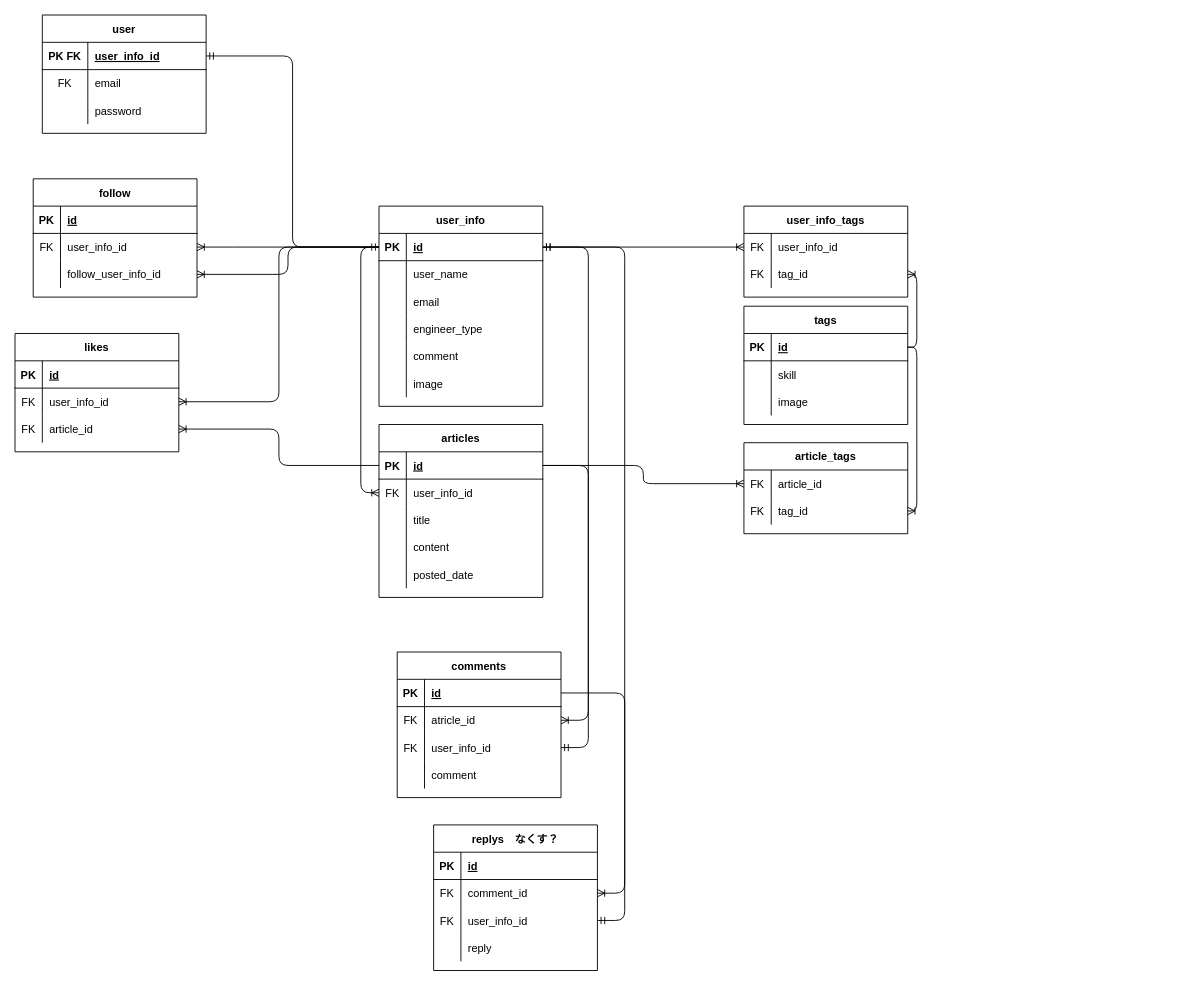
The draw.io diagram Designs/ER図.drawio in yusuke-rakus/Qiish, before the edit. Source tidied: cells renumbered, new cells numbered last; positions are measured from the earlier drawing's top-left corner, leaving out a move shared by most shapes. Both pictures are drawn from the tidied source at 91%, with x=0, y=0 at pixel (15, 15).
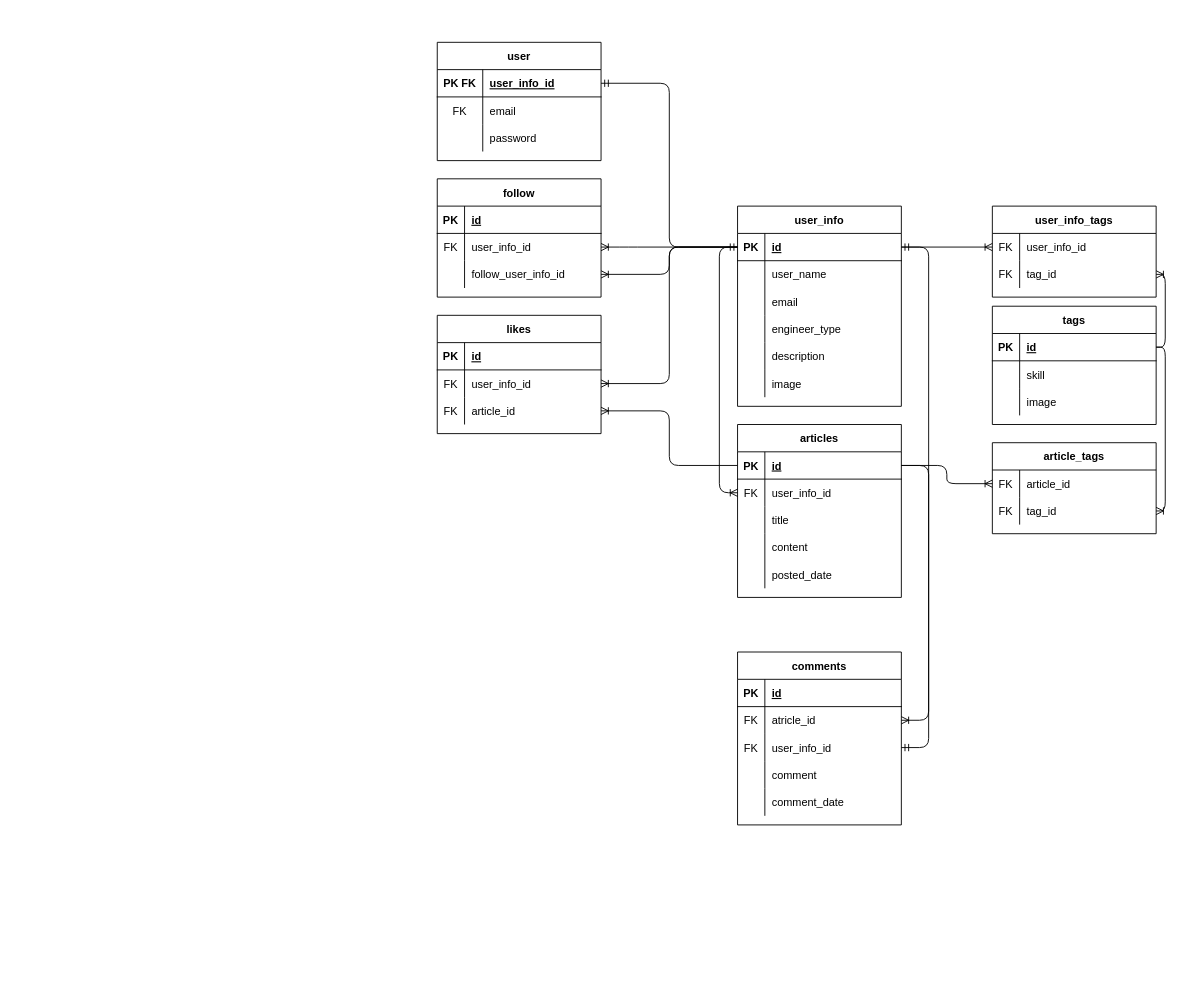
Above is the later version.

Unchanged cells that the change refers to:
```xml
<mxCell id="3" style="shape=partialRectangle;fillColor=none;top=0;left=0;bottom=1;right=0;points=[[0,0.5],[1,0.5]];portConstraint=eastwest;" parent="2" vertex="1">
  <mxGeometry y="30" width="180" height="30" as="geometry" />
</mxCell>
<mxCell id="15" style="shape=partialRectangle;fillColor=none;top=0;left=0;bottom=0;right=0;" parent="2" vertex="1">
  <mxGeometry y="150" width="180" height="30" as="geometry" />
</mxCell>
<mxCell id="55" style="shape=partialRectangle;fillColor=none;top=0;left=0;bottom=0;right=0;points=[[0,0.5],[1,0.5]];portConstraint=eastwest;" parent="51" vertex="1">
  <mxGeometry y="60" width="180" height="30" as="geometry" />
</mxCell>
<mxCell id="102" style="shape=partialRectangle;fillColor=none;top=0;left=0;bottom=1;right=0;points=[[0,0.5],[1,0.5]];portConstraint=eastwest;" parent="101" vertex="1">
  <mxGeometry y="30" width="180" height="30" as="geometry" />
</mxCell>
```

Change to the diagram source:
```diff
@@
     <mxCell id="2" value="user_info" style="shape=table;startSize=30;childLayout=tableLayout;rowLines=0;fontStyle=1;align=center;" parent="1" vertex="1">
-      <mxGeometry x="400" y="210" width="180" height="220" as="geometry" />
+      <mxGeometry x="794" y="210" width="180" height="220" as="geometry" />
     </mxCell>
@@
-    <mxCell id="17" value="comment" style="shape=partialRectangle;fillColor=none;top=0;left=0;bottom=0;right=0;align=left;spacingLeft=6;overflow=hidden;" parent="15" vertex="1">
+    <mxCell id="17" value="description" style="shape=partialRectangle;fillColor=none;top=0;left=0;bottom=0;right=0;align=left;spacingLeft=6;overflow=hidden;" parent="15" vertex="1">
       <mxGeometry x="30" width="150" height="30" as="geometry" />
     </mxCell>
@@
     <mxCell id="21" value="user" style="shape=table;startSize=30;childLayout=tableLayout;rowLines=0;fontStyle=1;align=center;" parent="1" vertex="1">
-      <mxGeometry x="30" width="180" height="130" as="geometry" />
+      <mxGeometry x="464" y="30" width="180" height="130" as="geometry" />
     </mxCell>
@@
     <mxCell id="31" value="follow" style="shape=table;startSize=30;childLayout=tableLayout;rowLines=0;fontStyle=1;align=center;" parent="1" vertex="1">
-      <mxGeometry x="20" y="180" width="180" height="130" as="geometry" />
+      <mxGeometry x="464" y="180" width="180" height="130" as="geometry" />
     </mxCell>
@@
     <mxCell id="41" value="likes" style="shape=table;startSize=30;childLayout=tableLayout;rowLines=0;fontStyle=1;align=center;" parent="1" vertex="1">
-      <mxGeometry y="350" width="180" height="130" as="geometry" />
+      <mxGeometry x="464" y="330" width="180" height="130" as="geometry" />
     </mxCell>
@@
     <mxCell id="51" value="articles" style="shape=table;startSize=30;childLayout=tableLayout;rowLines=0;fontStyle=1;align=center;" parent="1" vertex="1">
-      <mxGeometry x="400" y="450" width="180" height="190" as="geometry" />
+      <mxGeometry x="794" y="450" width="180" height="190" as="geometry" />
     </mxCell>
@@
     <mxCell id="67" value="tags" style="shape=table;startSize=30;childLayout=tableLayout;rowLines=0;fontStyle=1;align=center;" parent="1" vertex="1">
-      <mxGeometry x="801" y="320" width="180" height="130" as="geometry" />
+      <mxGeometry x="1074" y="320" width="180" height="130" as="geometry" />
     </mxCell>
@@
     <mxCell id="77" value="user_info_tags" style="shape=table;startSize=30;childLayout=tableLayout;rowLines=0;fontStyle=1;align=center;" parent="1" vertex="1">
-      <mxGeometry x="801" y="210" width="180" height="100" as="geometry" />
+      <mxGeometry x="1074" y="210" width="180" height="100" as="geometry" />
     </mxCell>
@@
     <mxCell id="84" value="article_tags" style="shape=table;startSize=30;childLayout=tableLayout;rowLines=0;fontStyle=1;align=center;" parent="1" vertex="1">
-      <mxGeometry x="801" y="470" width="180" height="100" as="geometry" />
+      <mxGeometry x="1074" y="470" width="180" height="100" as="geometry" />
     </mxCell>
@@
     <mxCell id="97" style="edgeStyle=orthogonalEdgeStyle;fontSize=12;html=1;endArrow=ERoneToMany;exitX=0;exitY=0.5;exitDx=0;exitDy=0;entryX=0;entryY=0.5;entryDx=0;entryDy=0;" parent="1" edge="1" source="3" target="55">
       <mxGeometry relative="1" as="geometry">
         <Array as="points">
-          <mxPoint x="380" y="255" />
-          <mxPoint x="380" y="525" />
+          <mxPoint x="774" y="255" />
+          <mxPoint x="774" y="525" />
         </Array>
       </mxGeometry>
     </mxCell>
@@
     <mxCell id="101" value="comments" style="shape=table;startSize=30;childLayout=tableLayout;rowLines=0;fontStyle=1;align=center;" parent="1" vertex="1">
-      <mxGeometry x="420" y="700" width="180" height="160" as="geometry" />
+      <mxGeometry x="794" y="700" width="180" height="190" as="geometry" />
     </mxCell>
@@
-    <mxCell id="114" value="replys　なくす？" style="shape=table;startSize=30;childLayout=tableLayout;rowLines=0;fontStyle=1;align=center;" parent="1" vertex="1">
-      <mxGeometry x="460" y="890" width="180" height="160" as="geometry" />
-    </mxCell>
-    <mxCell id="115" style="shape=partialRectangle;fillColor=none;top=0;left=0;bottom=1;right=0;" parent="114" vertex="1">
-      <mxGeometry y="30" width="180" height="30" as="geometry" />
-    </mxCell>
-    <mxCell id="116" value="PK" style="shape=partialRectangle;fillColor=none;top=0;left=0;bottom=0;right=0;fontStyle=1;overflow=hidden;" parent="115" vertex="1">
-      <mxGeometry width="30" height="30" as="geometry" />
-    </mxCell>
-    <mxCell id="117" value="id" style="shape=partialRectangle;fillColor=none;top=0;left=0;bottom=0;right=0;align=left;spacingLeft=6;fontStyle=5;overflow=hidden;" parent="115" vertex="1">
-      <mxGeometry x="30" width="150" height="30" as="geometry" />
-    </mxCell>
-    <mxCell id="118" style="shape=partialRectangle;fillColor=none;top=0;left=0;bottom=0;right=0;points=[[0,0.5],[1,0.5]];portConstraint=eastwest;" parent="114" vertex="1">
-      <mxGeometry y="60" width="180" height="30" as="geometry" />
-    </mxCell>
-    <mxCell id="119" value="FK" style="shape=partialRectangle;fillColor=none;top=0;left=0;bottom=0;right=0;overflow=hidden;" parent="118" vertex="1">
-      <mxGeometry width="30" height="30" as="geometry" />
-    </mxCell>
-    <mxCell id="120" value="comment_id" style="shape=partialRectangle;fillColor=none;top=0;left=0;bottom=0;right=0;align=left;spacingLeft=6;overflow=hidden;" parent="118" vertex="1">
-      <mxGeometry x="30" width="150" height="30" as="geometry" />
-    </mxCell>
-    <mxCell id="121" style="shape=partialRectangle;fillColor=none;top=0;left=0;bottom=0;right=0;points=[[0,0.5],[1,0.5]];portConstraint=eastwest;" parent="114" vertex="1">
-      <mxGeometry y="90" width="180" height="30" as="geometry" />
-    </mxCell>
-    <mxCell id="122" value="FK" style="shape=partialRectangle;fillColor=none;top=0;left=0;bottom=0;right=0;overflow=hidden;" parent="121" vertex="1">
-      <mxGeometry width="30" height="30" as="geometry" />
-    </mxCell>
-    <mxCell id="123" value="user_info_id" style="shape=partialRectangle;fillColor=none;top=0;left=0;bottom=0;right=0;align=left;spacingLeft=6;overflow=hidden;" parent="121" vertex="1">
-      <mxGeometry x="30" width="150" height="30" as="geometry" />
-    </mxCell>
-    <mxCell id="124" style="shape=partialRectangle;fillColor=none;top=0;left=0;bottom=0;right=0;" parent="114" vertex="1">
-      <mxGeometry y="120" width="180" height="30" as="geometry" />
-    </mxCell>
+    <mxCell id="131" style="shape=partialRectangle;fillColor=none;top=0;left=0;bottom=0;right=0;" parent="101" vertex="1">
+      <mxGeometry y="150" width="180" height="30" as="geometry" />
+    </mxCell>
-    <mxCell id="125" style="shape=partialRectangle;fillColor=none;top=0;left=0;bottom=0;right=0;overflow=hidden;" parent="124" vertex="1">
+    <mxCell id="125" style="shape=partialRectangle;fillColor=none;top=0;left=0;bottom=0;right=0;overflow=hidden;" parent="131" vertex="1">
       <mxGeometry width="30" height="30" as="geometry" />
     </mxCell>
-    <mxCell id="126" value="reply" style="shape=partialRectangle;fillColor=none;top=0;left=0;bottom=0;right=0;align=left;spacingLeft=6;overflow=hidden;" parent="124" vertex="1">
-      <mxGeometry x="30" width="150" height="30" as="geometry" />
-    </mxCell>
-    <mxCell id="127" style="edgeStyle=entityRelationEdgeStyle;fontSize=12;html=1;endArrow=ERoneToMany;" parent="1" edge="1" source="102" target="118">
-      <mxGeometry relative="1" as="geometry" />
-    </mxCell>
-    <mxCell id="128" style="edgeStyle=entityRelationEdgeStyle;fontSize=12;html=1;endArrow=ERmandOne;startArrow=ERmandOne;" parent="1" edge="1" source="121" target="3">
-      <mxGeometry relative="1" as="geometry" />
-    </mxCell>
+    <mxCell id="132" value="comment_date" style="shape=partialRectangle;fillColor=none;top=0;left=0;bottom=0;right=0;align=left;spacingLeft=6;overflow=hidden;" parent="131" vertex="1">
+      <mxGeometry x="30" width="150" height="30" as="geometry" />
+    </mxCell>
```
